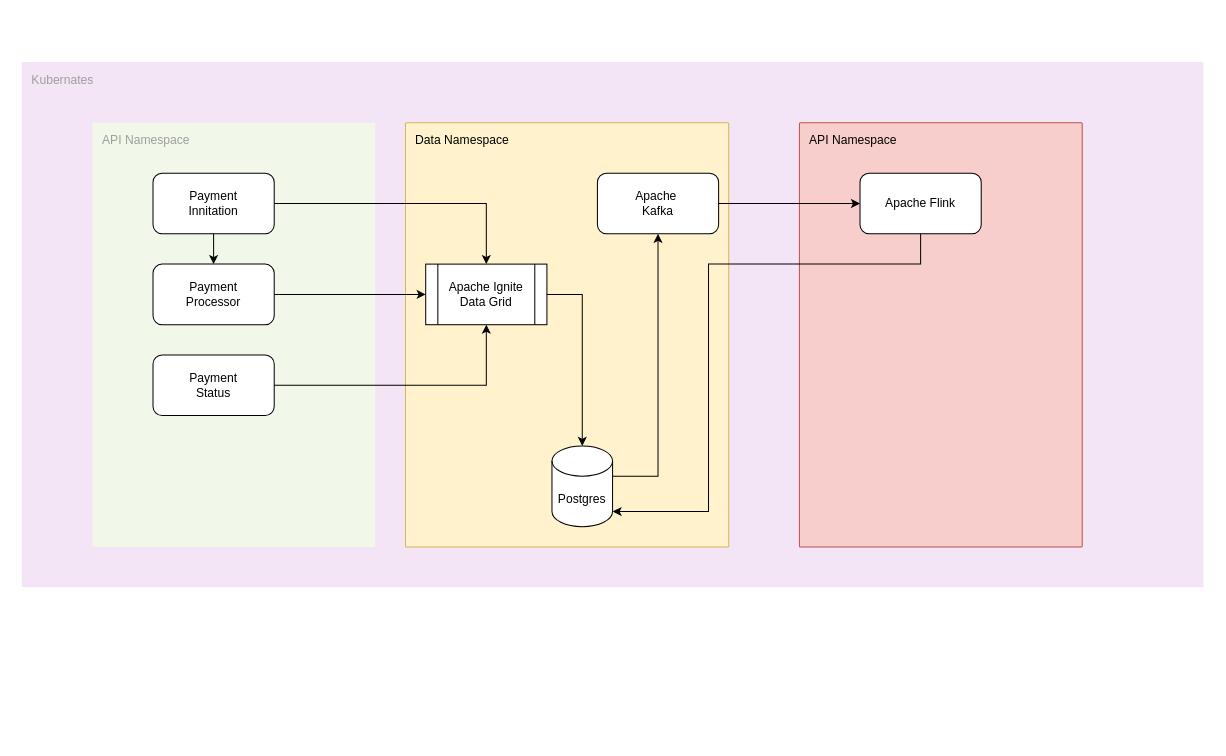
This is ISO20022/Logical_diagram.drawio from dsilvamarsh/wiki, a draw.io file, before an edit. Source tidied: cells renumbered, new cells numbered last; positions are measured from the earlier drawing's top-left corner, leaving out a move shared by most shapes. Both pictures are drawn from the tidied source at 101%, with x=0, y=0 at pixel (21, 62).
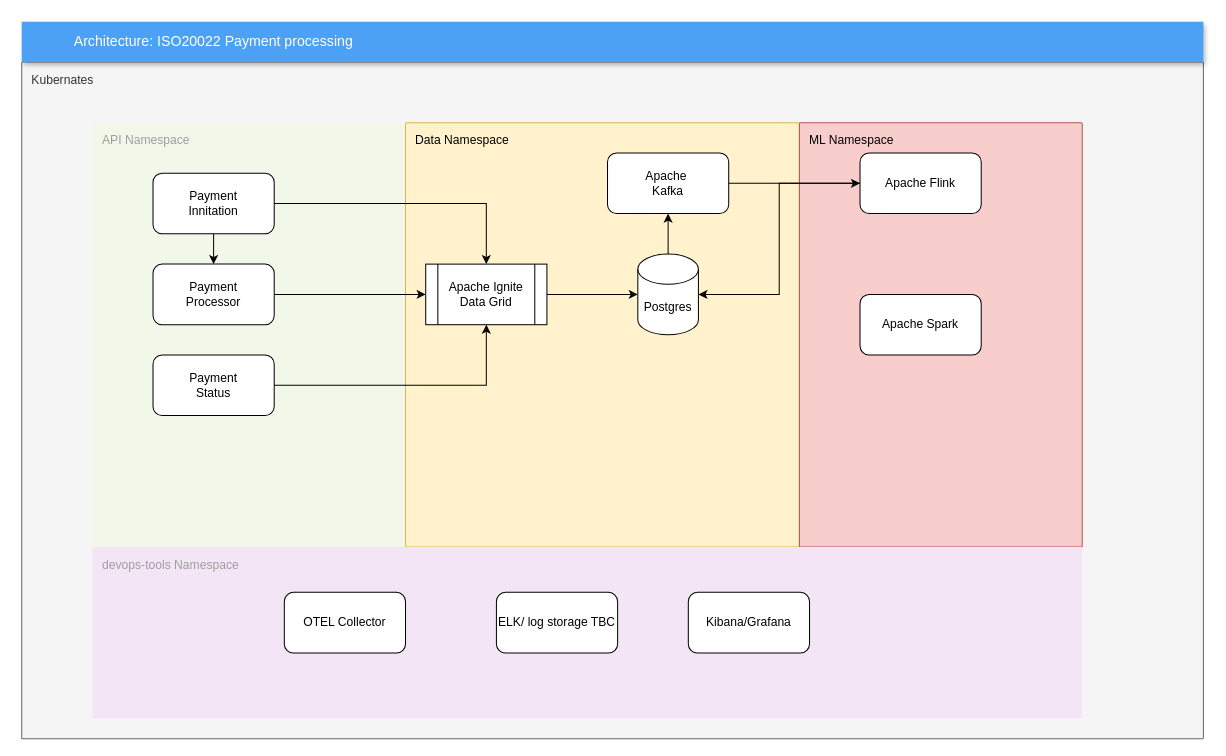
Above is the later version.

Unchanged cells that the change refers to:
```xml
<mxCell id="9" value="Apache Ignite&lt;div&gt;Data Grid&lt;/div&gt;" style="shape=process;whiteSpace=wrap;html=1;backgroundOutline=1;" parent="1" vertex="1">
  <mxGeometry x="400" y="200" width="120" height="60" as="geometry" />
</mxCell>
```

What changed in the source:
```diff
@@
-    <mxCell id="2" value="Kubernates" style="sketch=0;rounded=1;absoluteArcSize=1;arcSize=2;html=1;strokeColor=none;gradientColor=none;shadow=0;dashed=0;fontSize=12;fontColor=#9E9E9E;align=left;verticalAlign=top;spacing=10;spacingTop=-4;whiteSpace=wrap;fillColor=#F3E5F5;" parent="1" vertex="1">
-      <mxGeometry width="1170" height="520" as="geometry" />
+    <mxCell id="2" value="Kubernates" style="sketch=0;rounded=1;absoluteArcSize=1;arcSize=2;html=1;shadow=0;dashed=0;fontSize=12;align=left;verticalAlign=top;spacing=10;spacingTop=-4;whiteSpace=wrap;fillColor=#f5f5f5;fontColor=#333333;strokeColor=#666666;" parent="1" vertex="1">
+      <mxGeometry width="1170" height="670" as="geometry" />
     </mxCell>
     <mxCell id="3" value="API Namespace" style="sketch=0;rounded=1;absoluteArcSize=1;arcSize=2;html=1;strokeColor=none;gradientColor=none;shadow=0;dashed=0;fontSize=12;fontColor=#9E9E9E;align=left;verticalAlign=top;spacing=10;spacingTop=-4;whiteSpace=wrap;fillColor=#F1F8E9;" parent="1" vertex="1">
-      <mxGeometry x="70" y="60" width="280" height="420" as="geometry" />
+      <mxGeometry x="70" y="60" width="310" height="420" as="geometry" />
     </mxCell>
@@
     <mxCell id="8" value="Data Namespace" style="sketch=0;rounded=1;absoluteArcSize=1;arcSize=2;html=1;strokeColor=#d6b656;shadow=0;dashed=0;fontSize=12;align=left;verticalAlign=top;spacing=10;spacingTop=-4;whiteSpace=wrap;fillColor=#fff2cc;" parent="1" vertex="1">
-      <mxGeometry x="380" y="60" width="320" height="420" as="geometry" />
+      <mxGeometry x="380" y="60" width="390" height="420" as="geometry" />
     </mxCell>
+    <mxCell id="15" style="edgeStyle=orthogonalEdgeStyle;rounded=0;jettySize=auto;html=1;" parent="1" edge="1" source="9" target="11">
+      <mxGeometry relative="1" as="geometry" />
+    </mxCell>
@@
     <mxCell id="10" style="edgeStyle=orthogonalEdgeStyle;rounded=0;jettySize=auto;html=1;" parent="1" edge="1" source="11" target="17">
-      <mxGeometry relative="1" as="geometry">
-        <Array as="points">
-          <mxPoint x="620" y="410" />
-          <mxPoint x="620" y="410" />
-        </Array>
-      </mxGeometry>
+      <mxGeometry relative="1" as="geometry" />
     </mxCell>
     <mxCell id="11" value="Postgres" style="shape=cylinder3;whiteSpace=wrap;html=1;boundedLbl=1;backgroundOutline=1;size=15;" parent="1" vertex="1">
-      <mxGeometry x="525" y="380" width="60" height="80" as="geometry" />
+      <mxGeometry x="610" y="190" width="60" height="80" as="geometry" />
     </mxCell>
@@
-    <mxCell id="15" style="edgeStyle=orthogonalEdgeStyle;rounded=0;jettySize=auto;html=1;entryX=0.5;entryY=0;entryDx=0;entryDy=0;entryPerimeter=0;" parent="1" edge="1" source="9" target="11">
-      <mxGeometry relative="1" as="geometry" />
-    </mxCell>
-    <mxCell id="16" value="API Namespace" style="sketch=0;rounded=1;absoluteArcSize=1;arcSize=2;html=1;strokeColor=#b85450;shadow=0;dashed=0;fontSize=12;align=left;verticalAlign=top;spacing=10;spacingTop=-4;whiteSpace=wrap;fillColor=#f8cecc;" parent="1" vertex="1">
+    <mxCell id="16" value="ML Namespace" style="sketch=0;rounded=1;absoluteArcSize=1;arcSize=2;html=1;strokeColor=#b85450;shadow=0;dashed=0;fontSize=12;align=left;verticalAlign=top;spacing=10;spacingTop=-4;whiteSpace=wrap;fillColor=#f8cecc;" parent="1" vertex="1">
       <mxGeometry x="770" y="60" width="280" height="420" as="geometry" />
     </mxCell>
+    <mxCell id="19" style="edgeStyle=orthogonalEdgeStyle;rounded=0;jettySize=auto;html=1;entryX=0;entryY=0.5;entryDx=0;entryDy=0;" parent="1" edge="1" source="17" target="18">
+      <mxGeometry relative="1" as="geometry" />
+    </mxCell>
     <mxCell id="17" value="Apache&amp;nbsp;&lt;div&gt;Kafka&lt;/div&gt;" style="rounded=1;whiteSpace=wrap;html=1;" parent="1" vertex="1">
-      <mxGeometry x="570" y="110" width="120" height="60" as="geometry" />
+      <mxGeometry x="580" y="90" width="120" height="60" as="geometry" />
     </mxCell>
     <mxCell id="18" value="Apache Flink" style="rounded=1;whiteSpace=wrap;html=1;" parent="1" vertex="1">
-      <mxGeometry x="830" y="110" width="120" height="60" as="geometry" />
+      <mxGeometry x="830" y="90" width="120" height="60" as="geometry" />
     </mxCell>
-    <mxCell id="19" style="edgeStyle=orthogonalEdgeStyle;rounded=0;jettySize=auto;html=1;" parent="1" edge="1" source="17" target="18">
-      <mxGeometry relative="1" as="geometry" />
-    </mxCell>
+    <mxCell id="21" value="Apache Spark" style="rounded=1;whiteSpace=wrap;html=1;" parent="1" vertex="1">
+      <mxGeometry x="830" y="230" width="120" height="60" as="geometry" />
+    </mxCell>
-    <mxCell id="20" style="edgeStyle=orthogonalEdgeStyle;rounded=0;jettySize=auto;html=1;entryX=1;entryY=1;entryDx=0;entryDy=-15;entryPerimeter=0;" parent="1" edge="1" source="18" target="11">
-      <mxGeometry relative="1" as="geometry">
-        <Array as="points">
-          <mxPoint x="890" y="200" />
-          <mxPoint x="680" y="200" />
-          <mxPoint x="680" y="445" />
-        </Array>
-      </mxGeometry>
+    <mxCell id="20" style="edgeStyle=orthogonalEdgeStyle;rounded=0;jettySize=auto;html=1;entryX=1;entryY=0.5;entryDx=0;entryDy=0;entryPerimeter=0;" parent="1" edge="1" source="18" target="11">
+      <mxGeometry relative="1" as="geometry" />
     </mxCell>
+    <mxCell id="22" value="Architecture: ISO20022 Payment processing&amp;nbsp;" style="fillColor=#4DA1F5;strokeColor=none;shadow=1;gradientColor=none;fontSize=14;align=left;spacingLeft=50;fontColor=#ffffff;whiteSpace=wrap;html=1;" parent="1" vertex="1">
+      <mxGeometry y="-40" width="1170" height="40" as="geometry" />
+    </mxCell>
+    <mxCell id="23" value="devops-tools Namespace" style="sketch=0;rounded=1;absoluteArcSize=1;arcSize=2;html=1;strokeColor=none;gradientColor=none;shadow=0;dashed=0;fontSize=12;fontColor=#9E9E9E;align=left;verticalAlign=top;spacing=10;spacingTop=-4;whiteSpace=wrap;fillColor=#F3E5F5;" parent="1" vertex="1">
+      <mxGeometry x="70" y="480" width="980" height="170" as="geometry" />
+    </mxCell>
+    <mxCell id="24" value="Kibana/Grafana" style="rounded=1;whiteSpace=wrap;html=1;" parent="1" vertex="1">
+      <mxGeometry x="660" y="525" width="120" height="60" as="geometry" />
+    </mxCell>
+    <mxCell id="25" value="ELK/ log storage TBC" style="rounded=1;whiteSpace=wrap;html=1;" parent="1" vertex="1">
+      <mxGeometry x="470" y="525" width="120" height="60" as="geometry" />
+    </mxCell>
+    <mxCell id="26" value="OTEL Collector" style="rounded=1;whiteSpace=wrap;html=1;" parent="1" vertex="1">
+      <mxGeometry x="260" y="525" width="120" height="60" as="geometry" />
+    </mxCell>
```
